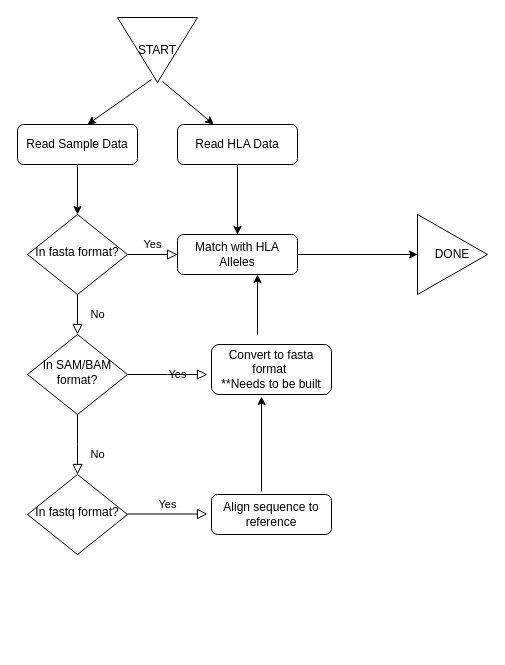
This is Design_Documents/Workflow.drawio from leddavis/HLA_DNA_Typing, a draw.io file, before an edit. Source tidied: cells renumbered, new cells numbered last; positions are measured from the earlier drawing's top-left corner, leaving out a move shared by most shapes. Both pictures are drawn from the tidied source at 100%, with x=0, y=0 at pixel (17, 17).
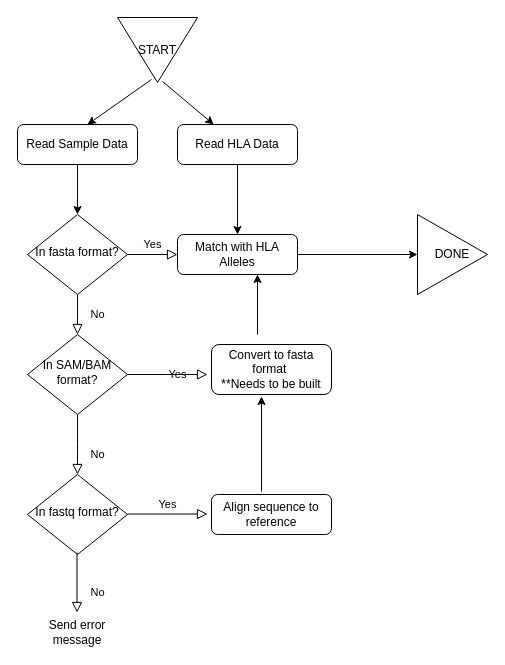
Above is the later version.

Commit message (it also covers changes not shown here):
Added workflow change and started main.py

Diff of the diagram source:
```diff
@@
+    <mxCell id="24" value="No" style="rounded=0;html=1;jettySize=auto;orthogonalLoop=1;fontSize=11;endArrow=block;endFill=0;endSize=8;strokeWidth=1;shadow=0;labelBackgroundColor=none;edgeStyle=orthogonalEdgeStyle;" parent="1" edge="1">
+      <mxGeometry x="0.33" y="20" relative="1" as="geometry">
+        <mxPoint x="59.5" y="535" as="sourcePoint" />
+        <mxPoint x="59.5" y="595" as="targetPoint" />
+      </mxGeometry>
+    </mxCell>
+    <mxCell id="25" value="Send error message" style="text;html=1;strokeColor=none;fillColor=none;align=center;verticalAlign=middle;whiteSpace=wrap;rounded=0;" parent="1" vertex="1">
+      <mxGeometry x="30" y="600" width="60" height="30" as="geometry" />
+    </mxCell>
```
